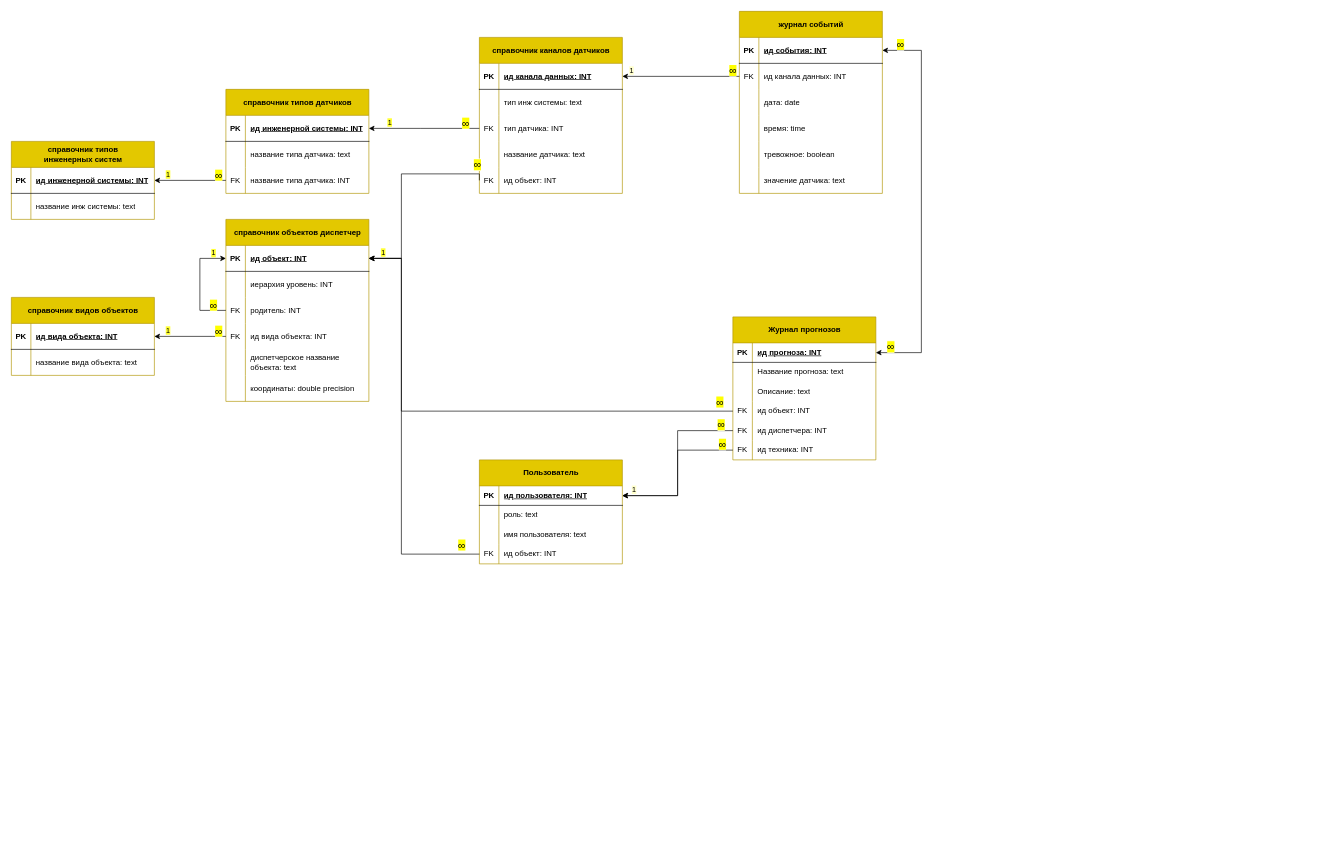
Above: page "ERL" (2 of 3) of docs/diagram/ER.drawio in sa100h/lct (draw.io), before the change. Source tidied: cells renumbered, new cells numbered last; positions are measured from the earlier drawing's top-left corner, leaving out a move shared by most shapes. Both pictures are drawn from the tidied source at 65%, with x=0, y=0 at pixel (11, 11).
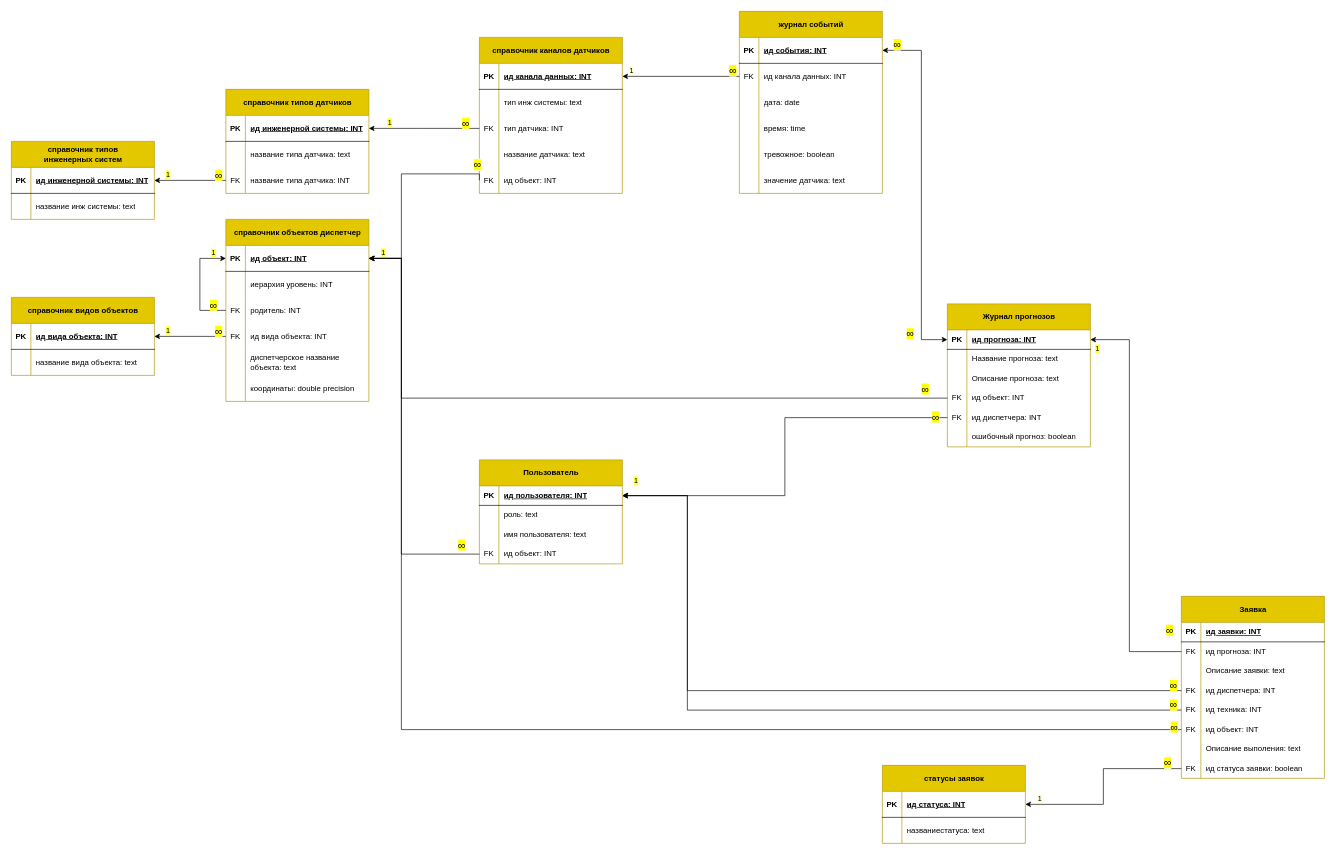
After the change.

Unchanged cells that the change refers to:
```xml
<mxCell id="3" style="shape=tableRow;horizontal=0;startSize=0;swimlaneHead=0;swimlaneBody=0;fillColor=none;points=[[0,0.5],[1,0.5]];portConstraint=eastwest;top=0;left=0;right=0;bottom=1;" parent="2" vertex="1">
  <mxGeometry y="40" width="220" height="40" as="geometry" />
</mxCell>
<mxCell id="41" style="shape=tableRow;horizontal=0;startSize=0;swimlaneHead=0;swimlaneBody=0;fillColor=none;points=[[0,0.5],[1,0.5]];portConstraint=eastwest;top=0;left=0;right=0;bottom=1;" parent="40" vertex="1">
  <mxGeometry y="40" width="220" height="40" as="geometry" />
</mxCell>
<mxCell id="60" style="shape=tableRow;horizontal=0;startSize=0;swimlaneHead=0;swimlaneBody=0;fillColor=none;points=[[0,0.5],[1,0.5]];portConstraint=eastwest;top=0;left=0;right=0;bottom=1;" parent="59" vertex="1">
  <mxGeometry y="40" width="220" height="30" as="geometry" />
</mxCell>
<mxCell id="81" style="shape=tableRow;horizontal=0;startSize=0;swimlaneHead=0;swimlaneBody=0;fillColor=none;points=[[0,0.5],[1,0.5]];portConstraint=eastwest;top=0;left=0;right=0;bottom=1;" parent="80" vertex="1">
  <mxGeometry y="40" width="220" height="30" as="geometry" />
</mxCell>
<mxCell id="87" style="shape=tableRow;horizontal=0;startSize=0;swimlaneHead=0;swimlaneBody=0;fillColor=none;top=0;left=0;right=0;bottom=0;" parent="80" vertex="1">
  <mxGeometry y="100" width="220" height="30" as="geometry" />
</mxCell>
<mxCell id="90" style="shape=tableRow;horizontal=0;startSize=0;swimlaneHead=0;swimlaneBody=0;fillColor=none;points=[[0,0.5],[1,0.5]];portConstraint=eastwest;top=0;left=0;right=0;bottom=0;" parent="80" vertex="1">
  <mxGeometry y="130" width="220" height="30" as="geometry" />
</mxCell>
<mxCell id="93" style="shape=tableRow;horizontal=0;startSize=0;swimlaneHead=0;swimlaneBody=0;fillColor=none;points=[[0,0.5],[1,0.5]];portConstraint=eastwest;top=0;left=0;right=0;bottom=0;" parent="80" vertex="1">
  <mxGeometry y="160" width="220" height="30" as="geometry" />
</mxCell>
```

The edit, as a diff of the source:
```diff
@@
     <mxCell id="80" value="Журнал прогнозов" style="shape=table;startSize=40;childLayout=tableLayout;rowLines=0;fontStyle=1;align=center;html=1;fillColor=#e3c800;fontColor=#000000;strokeColor=#B09500;" parent="1" vertex="1">
-      <mxGeometry x="1110" y="470" width="220" height="220" as="geometry" />
+      <mxGeometry x="1440" y="450" width="220" height="220" as="geometry" />
     </mxCell>
@@
-    <mxCell id="89" value="Описание: text" style="shape=partialRectangle;fillColor=none;top=0;left=0;bottom=0;right=0;align=left;spacingLeft=6;overflow=hidden;whiteSpace=wrap;html=1;" parent="87" vertex="1">
+    <mxCell id="89" value="Описание прогноза: text" style="shape=partialRectangle;fillColor=none;top=0;left=0;bottom=0;right=0;align=left;spacingLeft=6;overflow=hidden;whiteSpace=wrap;html=1;" parent="87" vertex="1">
       <mxGeometry x="30" width="190" height="30" as="geometry" />
     </mxCell>
@@
-    <mxCell id="96" style="shape=tableRow;horizontal=0;startSize=0;swimlaneHead=0;swimlaneBody=0;fillColor=none;points=[[0,0.5],[1,0.5]];portConstraint=eastwest;top=0;left=0;right=0;bottom=0;" parent="80" vertex="1">
-      <mxGeometry y="190" width="220" height="30" as="geometry" />
-    </mxCell>
-    <mxCell id="97" value="FK" style="shape=partialRectangle;fillColor=none;top=0;left=0;bottom=0;right=0;overflow=hidden;whiteSpace=wrap;html=1;" parent="96" vertex="1">
-      <mxGeometry width="30" height="30" as="geometry" />
-    </mxCell>
-    <mxCell id="98" value="ид техника: INT" style="shape=partialRectangle;fillColor=none;top=0;left=0;bottom=0;right=0;align=left;spacingLeft=6;overflow=hidden;whiteSpace=wrap;html=1;" parent="96" vertex="1">
-      <mxGeometry x="30" width="190" height="30" as="geometry" />
-    </mxCell>
+    <mxCell id="142" style="shape=tableRow;horizontal=0;startSize=0;swimlaneHead=0;swimlaneBody=0;fillColor=none;top=0;left=0;right=0;bottom=0;" parent="80" vertex="1">
+      <mxGeometry y="190" width="220" height="30" as="geometry" />
+    </mxCell>
+    <mxCell id="143" style="shape=partialRectangle;fillColor=none;top=0;left=0;bottom=0;right=0;overflow=hidden;whiteSpace=wrap;html=1;" parent="142" vertex="1">
+      <mxGeometry width="30" height="30" as="geometry" />
+    </mxCell>
+    <mxCell id="144" value="ошибочный прогноз: boolean" style="shape=partialRectangle;fillColor=none;top=0;left=0;bottom=0;right=0;align=left;spacingLeft=6;overflow=hidden;whiteSpace=wrap;html=1;" parent="142" vertex="1">
+      <mxGeometry x="30" width="190" height="30" as="geometry" />
+    </mxCell>
-    <mxCell id="99" style="edgeStyle=orthogonalEdgeStyle;rounded=0;jettySize=auto;html=1;entryX=1;entryY=0.5;entryDx=0;entryDy=0;exitX=1;exitY=0.5;exitDx=0;exitDy=0;startArrow=classic;startFill=1;" parent="1" edge="1" source="41" target="81">
+    <mxCell id="99" style="edgeStyle=orthogonalEdgeStyle;rounded=0;jettySize=auto;html=1;entryX=0;entryY=0.5;entryDx=0;entryDy=0;exitX=1;exitY=0.5;exitDx=0;exitDy=0;startArrow=classic;startFill=1;" parent="1" edge="1" source="41" target="81">
       <mxGeometry relative="1" as="geometry">
         <Array as="points">
           <mxPoint x="1400" y="60" />
-          <mxPoint x="1400" y="525" />
+          <mxPoint x="1400" y="505" />
         </Array>
       </mxGeometry>
     </mxCell>
@@
     <mxCell id="102" style="edgeStyle=orthogonalEdgeStyle;rounded=0;jettySize=auto;html=1;exitX=0;exitY=0.5;exitDx=0;exitDy=0;entryX=1;entryY=0.5;entryDx=0;entryDy=0;" parent="1" edge="1" source="90" target="3">
       <mxGeometry relative="1" as="geometry">
         <Array as="points">
-          <mxPoint x="600" y="615" />
+          <mxPoint x="600" y="595" />
           <mxPoint x="600" y="380" />
         </Array>
       </mxGeometry>
     </mxCell>
@@
-    <mxCell id="104" style="edgeStyle=orthogonalEdgeStyle;rounded=0;jettySize=auto;html=1;exitX=0;exitY=0.5;exitDx=0;exitDy=0;entryX=1;entryY=0.5;entryDx=0;entryDy=0;" parent="1" edge="1" source="96" target="60">
-      <mxGeometry relative="1" as="geometry" />
-    </mxCell>
-    <mxCell id="105" value="&lt;span style=&quot;color: rgb(0, 0, 0); font-family: &amp;quot;Google Sans&amp;quot;, Arial, sans-serif, &amp;quot;Noto Color Emoji&amp;quot;; font-size: 16px; background-color: rgb(255, 255, 0);&quot;&gt;∞&lt;/span&gt;" style="edgeLabel;html=1;align=center;verticalAlign=middle;" parent="104" vertex="1">
-      <mxGeometry x="-0.82" relative="1" as="geometry">
-        <mxPoint x="5" y="-10" as="offset" />
-      </mxGeometry>
-    </mxCell>
-    <mxCell id="106" value="1" style="edgeLabel;html=1;align=center;verticalAlign=middle;labelBackgroundColor=light-dark(#FFFFCC,#FFFF33);fontColor=#000000;" parent="104" vertex="1">
-      <mxGeometry x="0.86" relative="1" as="geometry">
-        <mxPoint y="-10" as="offset" />
-      </mxGeometry>
-    </mxCell>
-    <mxCell id="107" style="edgeStyle=orthogonalEdgeStyle;rounded=0;jettySize=auto;html=1;exitX=0;exitY=0.5;exitDx=0;exitDy=0;entryX=1;entryY=0.5;entryDx=0;entryDy=0;" parent="1" edge="1" source="93" target="60">
-      <mxGeometry relative="1" as="geometry" />
-    </mxCell>
-    <mxCell id="108" value="&lt;span style=&quot;color: rgb(0, 0, 0); font-family: &amp;quot;Google Sans&amp;quot;, Arial, sans-serif, &amp;quot;Noto Color Emoji&amp;quot;; font-size: 16px; background-color: rgb(255, 255, 0);&quot;&gt;∞&lt;/span&gt;" style="edgeLabel;html=1;align=center;verticalAlign=middle;" parent="107" vertex="1">
-      <mxGeometry x="-0.82" relative="1" as="geometry">
-        <mxPoint x="5" y="-10" as="offset" />
-      </mxGeometry>
-    </mxCell>
@@
+    <mxCell id="145" value="Заявка" style="shape=table;startSize=40;childLayout=tableLayout;rowLines=0;fontStyle=1;align=center;html=1;fillColor=#e3c800;fontColor=#000000;strokeColor=#B09500;" parent="1" vertex="1">
+      <mxGeometry x="1800" y="900" width="220" height="280" as="geometry" />
+    </mxCell>
+    <mxCell id="146" style="shape=tableRow;horizontal=0;startSize=0;swimlaneHead=0;swimlaneBody=0;fillColor=none;top=0;left=0;right=0;bottom=1;" parent="145" vertex="1">
+      <mxGeometry y="40" width="220" height="30" as="geometry" />
+    </mxCell>
+    <mxCell id="147" value="PK" style="shape=partialRectangle;fillColor=none;top=0;left=0;bottom=0;right=0;fontStyle=1;overflow=hidden;whiteSpace=wrap;html=1;" parent="146" vertex="1">
+      <mxGeometry width="30" height="30" as="geometry" />
+    </mxCell>
+    <mxCell id="148" value="ид заявки: INT" style="shape=partialRectangle;fillColor=none;top=0;left=0;bottom=0;right=0;align=left;spacingLeft=6;fontStyle=5;overflow=hidden;whiteSpace=wrap;html=1;" parent="146" vertex="1">
+      <mxGeometry x="30" width="190" height="30" as="geometry" />
+    </mxCell>
+    <mxCell id="149" style="shape=tableRow;horizontal=0;startSize=0;swimlaneHead=0;swimlaneBody=0;fillColor=none;points=[[0,0.5],[1,0.5]];portConstraint=eastwest;top=0;left=0;right=0;bottom=0;" parent="145" vertex="1">
+      <mxGeometry y="70" width="220" height="30" as="geometry" />
+    </mxCell>
+    <mxCell id="150" value="FK" style="shape=partialRectangle;fillColor=none;top=0;left=0;bottom=0;right=0;overflow=hidden;whiteSpace=wrap;html=1;" parent="149" vertex="1">
+      <mxGeometry width="30" height="30" as="geometry" />
+    </mxCell>
+    <mxCell id="151" value="ид прогноза: INT" style="shape=partialRectangle;fillColor=none;top=0;left=0;bottom=0;right=0;align=left;spacingLeft=6;overflow=hidden;whiteSpace=wrap;html=1;" parent="149" vertex="1">
+      <mxGeometry x="30" width="190" height="30" as="geometry" />
+    </mxCell>
+    <mxCell id="152" style="shape=tableRow;horizontal=0;startSize=0;swimlaneHead=0;swimlaneBody=0;fillColor=none;top=0;left=0;right=0;bottom=0;" parent="145" vertex="1">
+      <mxGeometry y="100" width="220" height="30" as="geometry" />
+    </mxCell>
+    <mxCell id="153" style="shape=partialRectangle;fillColor=none;top=0;left=0;bottom=0;right=0;overflow=hidden;whiteSpace=wrap;html=1;" parent="152" vertex="1">
+      <mxGeometry width="30" height="30" as="geometry" />
+    </mxCell>
+    <mxCell id="154" value="Описание заявки: text" style="shape=partialRectangle;fillColor=none;top=0;left=0;bottom=0;right=0;align=left;spacingLeft=6;overflow=hidden;whiteSpace=wrap;html=1;" parent="152" vertex="1">
+      <mxGeometry x="30" width="190" height="30" as="geometry" />
+    </mxCell>
+    <mxCell id="155" style="shape=tableRow;horizontal=0;startSize=0;swimlaneHead=0;swimlaneBody=0;fillColor=none;points=[[0,0.5],[1,0.5]];portConstraint=eastwest;top=0;left=0;right=0;bottom=0;" parent="145" vertex="1">
+      <mxGeometry y="130" width="220" height="30" as="geometry" />
+    </mxCell>
+    <mxCell id="156" value="FK" style="shape=partialRectangle;fillColor=none;top=0;left=0;bottom=0;right=0;overflow=hidden;whiteSpace=wrap;html=1;" parent="155" vertex="1">
+      <mxGeometry width="30" height="30" as="geometry" />
+    </mxCell>
+    <mxCell id="157" value="ид диспетчера: INT" style="shape=partialRectangle;fillColor=none;top=0;left=0;bottom=0;right=0;align=left;spacingLeft=6;overflow=hidden;whiteSpace=wrap;html=1;" parent="155" vertex="1">
+      <mxGeometry x="30" width="190" height="30" as="geometry" />
+    </mxCell>
+    <mxCell id="158" style="shape=tableRow;horizontal=0;startSize=0;swimlaneHead=0;swimlaneBody=0;fillColor=none;points=[[0,0.5],[1,0.5]];portConstraint=eastwest;top=0;left=0;right=0;bottom=0;" parent="145" vertex="1">
+      <mxGeometry y="160" width="220" height="30" as="geometry" />
+    </mxCell>
+    <mxCell id="159" value="FK" style="shape=partialRectangle;fillColor=none;top=0;left=0;bottom=0;right=0;overflow=hidden;whiteSpace=wrap;html=1;" parent="158" vertex="1">
+      <mxGeometry width="30" height="30" as="geometry" />
+    </mxCell>
+    <mxCell id="98" value="ид техника: INT" style="shape=partialRectangle;fillColor=none;top=0;left=0;bottom=0;right=0;align=left;spacingLeft=6;overflow=hidden;whiteSpace=wrap;html=1;" parent="158" vertex="1">
+      <mxGeometry x="30" width="190" height="30" as="geometry" />
+    </mxCell>
+    <mxCell id="160" style="shape=tableRow;horizontal=0;startSize=0;swimlaneHead=0;swimlaneBody=0;fillColor=none;points=[[0,0.5],[1,0.5]];portConstraint=eastwest;top=0;left=0;right=0;bottom=0;" parent="145" vertex="1">
+      <mxGeometry y="190" width="220" height="30" as="geometry" />
+    </mxCell>
+    <mxCell id="161" value="FK" style="shape=partialRectangle;fillColor=none;top=0;left=0;bottom=0;right=0;overflow=hidden;whiteSpace=wrap;html=1;" parent="160" vertex="1">
+      <mxGeometry width="30" height="30" as="geometry" />
+    </mxCell>
+    <mxCell id="162" value="ид объект: INT" style="shape=partialRectangle;fillColor=none;top=0;left=0;bottom=0;right=0;align=left;spacingLeft=6;overflow=hidden;whiteSpace=wrap;html=1;" parent="160" vertex="1">
+      <mxGeometry x="30" width="190" height="30" as="geometry" />
+    </mxCell>
+    <mxCell id="163" style="shape=tableRow;horizontal=0;startSize=0;swimlaneHead=0;swimlaneBody=0;fillColor=none;top=0;left=0;right=0;bottom=0;" parent="145" vertex="1">
+      <mxGeometry y="220" width="220" height="30" as="geometry" />
+    </mxCell>
+    <mxCell id="164" style="shape=partialRectangle;fillColor=none;top=0;left=0;bottom=0;right=0;overflow=hidden;whiteSpace=wrap;html=1;" parent="163" vertex="1">
+      <mxGeometry width="30" height="30" as="geometry" />
+    </mxCell>
+    <mxCell id="165" value="Описание выполения: text" style="shape=partialRectangle;fillColor=none;top=0;left=0;bottom=0;right=0;align=left;spacingLeft=6;overflow=hidden;whiteSpace=wrap;html=1;" parent="163" vertex="1">
+      <mxGeometry x="30" width="190" height="30" as="geometry" />
+    </mxCell>
+    <mxCell id="166" style="shape=tableRow;horizontal=0;startSize=0;swimlaneHead=0;swimlaneBody=0;fillColor=none;points=[[0,0.5],[1,0.5]];portConstraint=eastwest;top=0;left=0;right=0;bottom=0;" parent="145" vertex="1">
+      <mxGeometry y="250" width="220" height="30" as="geometry" />
+    </mxCell>
+    <mxCell id="167" value="FK" style="shape=partialRectangle;fillColor=none;top=0;left=0;bottom=0;right=0;overflow=hidden;whiteSpace=wrap;html=1;" parent="166" vertex="1">
+      <mxGeometry width="30" height="30" as="geometry" />
+    </mxCell>
+    <mxCell id="168" value="ид статуса заявки: boolean" style="shape=partialRectangle;fillColor=none;top=0;left=0;bottom=0;right=0;align=left;spacingLeft=6;overflow=hidden;whiteSpace=wrap;html=1;" parent="166" vertex="1">
+      <mxGeometry x="30" width="190" height="30" as="geometry" />
+    </mxCell>
+    <mxCell id="169" style="edgeStyle=orthogonalEdgeStyle;rounded=0;jettySize=auto;html=1;entryX=1;entryY=0.5;entryDx=0;entryDy=0;exitX=0;exitY=0.5;exitDx=0;exitDy=0;" parent="1" edge="1" source="155" target="60">
+      <mxGeometry relative="1" as="geometry">
+        <Array as="points">
+          <mxPoint x="1040" y="1045" />
+          <mxPoint x="1040" y="745" />
+        </Array>
+      </mxGeometry>
+    </mxCell>
+    <mxCell id="170" value="1" style="edgeLabel;html=1;align=center;verticalAlign=middle;labelBackgroundColor=#FFFF33;fontColor=#000000;" parent="169" vertex="1">
+      <mxGeometry x="0.65" y="-3" relative="1" as="geometry">
+        <mxPoint x="-83" y="-127" as="offset" />
+      </mxGeometry>
+    </mxCell>
+    <mxCell id="171" value="&lt;mark style=&quot;font-family: &amp;quot;Google Sans&amp;quot;, Arial, sans-serif, &amp;quot;Noto Color Emoji&amp;quot;; font-size: 16px; margin: 0px; border-bottom: 0px rgb(238, 240, 255);&quot; class=&quot;MAeH&quot;&gt;∞&lt;/mark&gt;" style="edgeLabel;html=1;align=center;verticalAlign=middle;" parent="169" vertex="1">
+      <mxGeometry x="-0.67" y="3" relative="1" as="geometry">
+        <mxPoint x="178" y="-12" as="offset" />
+      </mxGeometry>
+    </mxCell>
+    <mxCell id="172" style="edgeStyle=orthogonalEdgeStyle;rounded=0;jettySize=auto;html=1;exitX=0;exitY=0.5;exitDx=0;exitDy=0;entryX=1;entryY=0.5;entryDx=0;entryDy=0;" parent="1" edge="1" source="149" target="81">
+      <mxGeometry relative="1" as="geometry">
+        <Array as="points">
+          <mxPoint x="1720" y="985" />
+          <mxPoint x="1720" y="505" />
+        </Array>
+      </mxGeometry>
+    </mxCell>
+    <mxCell id="173" value="1" style="edgeLabel;html=1;align=center;verticalAlign=middle;labelBackgroundColor=#FFFF33;fontColor=#000000;" parent="172" vertex="1">
+      <mxGeometry x="0.65" y="-3" relative="1" as="geometry">
+        <mxPoint x="-53" y="-35" as="offset" />
+      </mxGeometry>
+    </mxCell>
+    <mxCell id="174" value="&lt;mark style=&quot;font-family: &amp;quot;Google Sans&amp;quot;, Arial, sans-serif, &amp;quot;Noto Color Emoji&amp;quot;; font-size: 16px; margin: 0px; border-bottom: 0px rgb(238, 240, 255);&quot; class=&quot;MAeH&quot;&gt;∞&lt;/mark&gt;" style="edgeLabel;html=1;align=center;verticalAlign=middle;" parent="172" vertex="1">
+      <mxGeometry x="-0.67" y="3" relative="1" as="geometry">
+        <mxPoint x="64" y="-12" as="offset" />
+      </mxGeometry>
+    </mxCell>
+    <mxCell id="175" style="edgeStyle=orthogonalEdgeStyle;rounded=0;jettySize=auto;html=1;entryX=1;entryY=0.5;entryDx=0;entryDy=0;exitX=0;exitY=0.5;exitDx=0;exitDy=0;" parent="1" edge="1" source="160" target="3">
+      <mxGeometry relative="1" as="geometry">
+        <Array as="points">
+          <mxPoint x="600" y="1105" />
+          <mxPoint x="600" y="380" />
+        </Array>
+      </mxGeometry>
+    </mxCell>
+    <mxCell id="176" value="&lt;span style=&quot;color: rgb(0, 0, 0); font-family: &amp;quot;Google Sans&amp;quot;, Arial, sans-serif, &amp;quot;Noto Color Emoji&amp;quot;; font-size: 16px; background-color: rgb(255, 255, 0);&quot;&gt;∞&lt;/span&gt;" style="edgeLabel;html=1;align=center;verticalAlign=middle;" parent="175" vertex="1">
+      <mxGeometry x="-0.91" y="2" relative="1" as="geometry">
+        <mxPoint x="77" y="-7" as="offset" />
+      </mxGeometry>
+    </mxCell>
+    <mxCell id="177" style="edgeStyle=orthogonalEdgeStyle;rounded=0;jettySize=auto;html=1;entryX=1;entryY=0.5;entryDx=0;entryDy=0;exitX=0;exitY=0.5;exitDx=0;exitDy=0;" parent="1" edge="1" source="158" target="60">
+      <mxGeometry relative="1" as="geometry">
+        <Array as="points">
+          <mxPoint x="1040" y="1075" />
+          <mxPoint x="1040" y="745" />
+        </Array>
+      </mxGeometry>
+    </mxCell>
+    <mxCell id="178" value="&lt;mark style=&quot;font-family: &amp;quot;Google Sans&amp;quot;, Arial, sans-serif, &amp;quot;Noto Color Emoji&amp;quot;; font-size: 16px; margin: 0px; border-bottom: 0px rgb(238, 240, 255);&quot; class=&quot;MAeH&quot;&gt;∞&lt;/mark&gt;" style="edgeLabel;html=1;align=center;verticalAlign=middle;" parent="177" vertex="1">
+      <mxGeometry x="-0.67" y="3" relative="1" as="geometry">
+        <mxPoint x="183" y="-12" as="offset" />
+      </mxGeometry>
+    </mxCell>
+    <mxCell id="107" style="edgeStyle=orthogonalEdgeStyle;rounded=0;jettySize=auto;html=1;exitX=0;exitY=0.5;exitDx=0;exitDy=0;entryX=1;entryY=0.5;entryDx=0;entryDy=0;" parent="1" edge="1" source="93" target="60">
+      <mxGeometry relative="1" as="geometry" />
+    </mxCell>
+    <mxCell id="179" value="&lt;span style=&quot;font-family: &amp;quot;Google Sans&amp;quot;, Arial, sans-serif, &amp;quot;Noto Color Emoji&amp;quot;; font-size: 16px; background-color: rgb(255, 255, 0);&quot;&gt;∞&lt;/span&gt;" style="edgeLabel;html=1;align=center;verticalAlign=middle;" parent="107" vertex="1">
+      <mxGeometry x="-0.94" y="-2" relative="1" as="geometry" />
+    </mxCell>
+    <mxCell id="180" value="статусы заявок" style="shape=table;startSize=40;childLayout=tableLayout;rowLines=0;fontStyle=1;align=center;html=1;fillColor=#e3c800;fontColor=#000000;strokeColor=#B09500;" parent="1" vertex="1">
+      <mxGeometry x="1340" y="1160" width="220" height="120" as="geometry" />
+    </mxCell>
+    <mxCell id="181" style="shape=tableRow;horizontal=0;startSize=0;swimlaneHead=0;swimlaneBody=0;fillColor=none;points=[[0,0.5],[1,0.5]];portConstraint=eastwest;top=0;left=0;right=0;bottom=1;" parent="180" vertex="1">
+      <mxGeometry y="40" width="220" height="40" as="geometry" />
+    </mxCell>
+    <mxCell id="182" value="PK" style="shape=partialRectangle;fillColor=none;top=0;left=0;bottom=0;right=0;fontStyle=1;overflow=hidden;whiteSpace=wrap;html=1;" parent="181" vertex="1">
+      <mxGeometry width="30" height="40" as="geometry" />
+    </mxCell>
+    <mxCell id="183" value="ид статуса: INT" style="shape=partialRectangle;fillColor=none;top=0;left=0;bottom=0;right=0;align=left;spacingLeft=6;fontStyle=5;overflow=hidden;whiteSpace=wrap;html=1;" parent="181" vertex="1">
+      <mxGeometry x="30" width="190" height="40" as="geometry" />
+    </mxCell>
+    <mxCell id="184" style="shape=tableRow;horizontal=0;startSize=0;swimlaneHead=0;swimlaneBody=0;fillColor=none;top=0;left=0;right=0;bottom=0;" parent="180" vertex="1">
+      <mxGeometry y="80" width="220" height="40" as="geometry" />
+    </mxCell>
+    <mxCell id="185" style="shape=partialRectangle;fillColor=none;top=0;left=0;bottom=0;right=0;overflow=hidden;whiteSpace=wrap;html=1;" parent="184" vertex="1">
+      <mxGeometry width="30" height="40" as="geometry" />
+    </mxCell>
+    <mxCell id="186" value="названиестатуса: text" style="shape=partialRectangle;fillColor=none;top=0;left=0;bottom=0;right=0;align=left;spacingLeft=6;overflow=hidden;whiteSpace=wrap;html=1;" parent="184" vertex="1">
+      <mxGeometry x="30" width="190" height="40" as="geometry" />
+    </mxCell>
+    <mxCell id="187" style="edgeStyle=orthogonalEdgeStyle;rounded=0;jettySize=auto;html=1;exitX=0;exitY=0.5;exitDx=0;exitDy=0;entryX=1;entryY=0.5;entryDx=0;entryDy=0;" parent="1" edge="1" source="166" target="181">
+      <mxGeometry relative="1" as="geometry" />
+    </mxCell>
+    <mxCell id="188" value="&lt;span style=&quot;color: rgb(0, 0, 0); font-family: &amp;quot;Google Sans&amp;quot;, Arial, sans-serif, &amp;quot;Noto Color Emoji&amp;quot;; font-size: 16px; background-color: rgb(255, 255, 0);&quot;&gt;∞&lt;/span&gt;" style="edgeLabel;html=1;align=center;verticalAlign=middle;" parent="187" vertex="1">
+      <mxGeometry x="-0.82" relative="1" as="geometry">
+        <mxPoint x="5" y="-10" as="offset" />
+      </mxGeometry>
+    </mxCell>
+    <mxCell id="106" value="1" style="edgeLabel;html=1;align=center;verticalAlign=middle;labelBackgroundColor=light-dark(#FFFFCC,#FFFF33);fontColor=#000000;" parent="187" vertex="1">
+      <mxGeometry x="0.86" relative="1" as="geometry">
+        <mxPoint y="-10" as="offset" />
+      </mxGeometry>
+    </mxCell>
```
